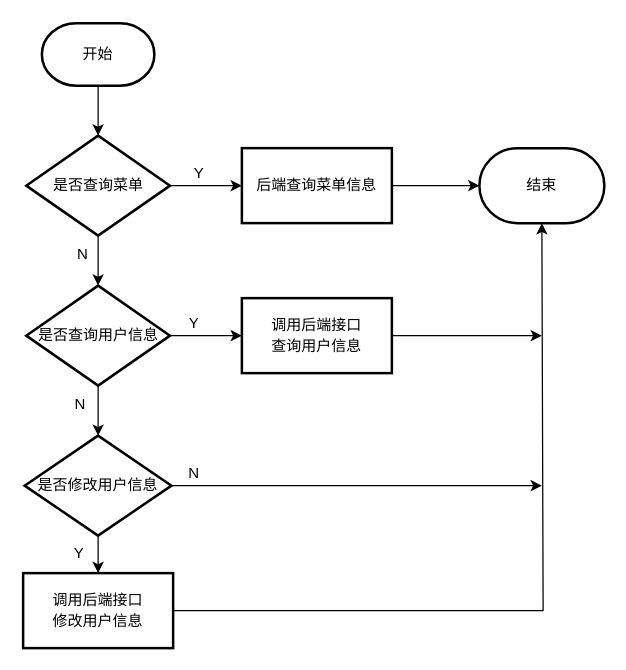
Earlier version of the draw.io diagram 系统管理模块流程图.drawio (zhangruyi3906/img). Source tidied: cells renumbered, new cells numbered last; positions are measured from the earlier drawing's top-left corner, leaving out a move shared by most shapes. Both pictures are drawn from the tidied source at 125%, with x=0, y=0 at pixel (22, 22).
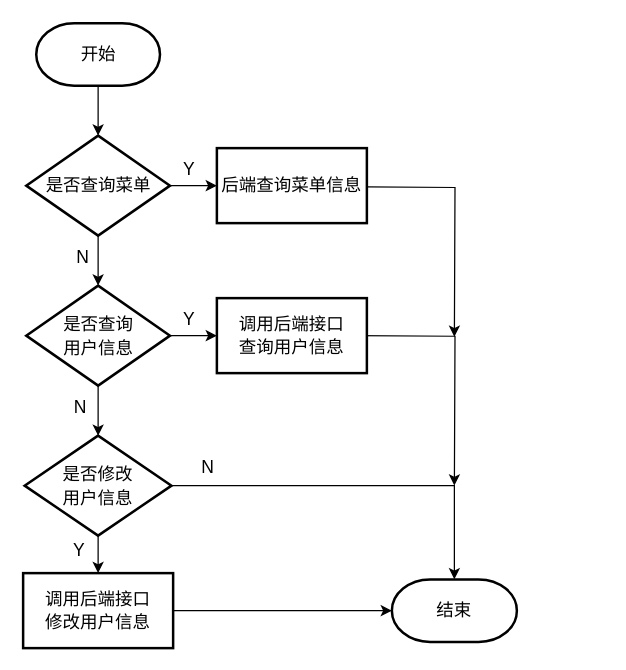
The same page after the edit.

Commit message:
更新系统管理模块流程图.drawio

The edit, as a diff of the source:
```diff
@@
-    <mxCell id="3" value="开始" style="strokeWidth=2;html=1;shape=mxgraph.flowchart.terminator;whiteSpace=wrap;" parent="1" vertex="1">
-      <mxGeometry x="15" width="90" height="50" as="geometry" />
+    <mxCell id="3" value="&lt;font style=&quot;font-size: 14px;&quot;&gt;开始&lt;/font&gt;" style="strokeWidth=2;html=1;shape=mxgraph.flowchart.terminator;whiteSpace=wrap;" parent="1" vertex="1">
+      <mxGeometry x="10.5" width="99" height="50" as="geometry" />
     </mxCell>
@@
-    <mxCell id="6" value="&lt;p class=&quot;MsoNormal&quot;&gt;&lt;font style=&quot;&quot;&gt;是否查询菜单&lt;/font&gt;&lt;/p&gt;" style="rhombus;whiteSpace=wrap;html=1;strokeWidth=2;" parent="1" vertex="1">
+    <mxCell id="6" value="&lt;p class=&quot;MsoNormal&quot;&gt;&lt;font style=&quot;font-size: 14px;&quot;&gt;是否查询菜单&lt;/font&gt;&lt;/p&gt;" style="rhombus;whiteSpace=wrap;html=1;strokeWidth=2;" parent="1" vertex="1">
       <mxGeometry x="2.5" y="90" width="115" height="80" as="geometry" />
     </mxCell>
-    <mxCell id="7" style="edgeStyle=orthogonalEdgeStyle;rounded=0;jettySize=auto;html=1;" parent="1" edge="1" source="8">
-      <mxGeometry relative="1" as="geometry">
-        <mxPoint x="365" y="130" as="targetPoint" />
-      </mxGeometry>
-    </mxCell>
+    <mxCell id="26" style="edgeStyle=orthogonalEdgeStyle;rounded=0;orthogonalLoop=1;jettySize=auto;html=1;" parent="1" edge="1">
+      <mxGeometry relative="1" as="geometry">
+        <mxPoint x="275" y="131" as="sourcePoint" />
+        <mxPoint x="345" y="251" as="targetPoint" />
+      </mxGeometry>
+    </mxCell>
-    <mxCell id="8" value="后端查询菜单信息" style="whiteSpace=wrap;html=1;strokeWidth=2;" parent="1" vertex="1">
-      <mxGeometry x="175" y="100" width="120" height="60" as="geometry" />
+    <mxCell id="8" value="&lt;font style=&quot;font-size: 14px;&quot;&gt;后端查询菜单信息&lt;/font&gt;" style="whiteSpace=wrap;html=1;strokeWidth=2;" parent="1" vertex="1">
+      <mxGeometry x="155" y="100" width="120" height="60" as="geometry" />
     </mxCell>
@@
-    <mxCell id="11" value="&lt;p class=&quot;MsoNormal&quot;&gt;&lt;font face=&quot;Helvetica&quot; style=&quot;&quot;&gt;是否查询用户信息&lt;/font&gt;&lt;/p&gt;" style="rhombus;whiteSpace=wrap;html=1;strokeWidth=2;" parent="1" vertex="1">
+    <mxCell id="11" value="&lt;div style=&quot;line-height: 50%;&quot;&gt;&lt;p class=&quot;MsoNormal&quot;&gt;&lt;font face=&quot;Helvetica&quot; style=&quot;font-size: 14px; line-height: 50%;&quot;&gt;是否查询&lt;/font&gt;&lt;/p&gt;&lt;p class=&quot;MsoNormal&quot;&gt;&lt;font face=&quot;Helvetica&quot; style=&quot;font-size: 14px; line-height: 50%;&quot;&gt;用户信息&lt;/font&gt;&lt;/p&gt;&lt;/div&gt;" style="rhombus;whiteSpace=wrap;html=1;strokeWidth=2;" parent="1" vertex="1">
       <mxGeometry x="2.5" y="210" width="115" height="80" as="geometry" />
     </mxCell>
-    <mxCell id="12" value="结束" style="strokeWidth=2;html=1;shape=mxgraph.flowchart.terminator;whiteSpace=wrap;" parent="1" vertex="1">
-      <mxGeometry x="365" y="100" width="100" height="60" as="geometry" />
+    <mxCell id="12" value="&lt;font style=&quot;font-size: 14px;&quot;&gt;结束&lt;/font&gt;" style="strokeWidth=2;html=1;shape=mxgraph.flowchart.terminator;whiteSpace=wrap;" parent="1" vertex="1">
+      <mxGeometry x="295" y="445" width="100" height="50" as="geometry" />
     </mxCell>
@@
-    <mxCell id="14" style="edgeStyle=orthogonalEdgeStyle;rounded=0;jettySize=auto;html=1;" parent="1" edge="1" source="15">
-      <mxGeometry relative="1" as="geometry">
-        <mxPoint x="415" y="370" as="targetPoint" />
-      </mxGeometry>
-    </mxCell>
-    <mxCell id="15" value="&lt;p class=&quot;MsoNormal&quot;&gt;&lt;font face=&quot;Helvetica&quot; style=&quot;&quot;&gt;是否修改用户信息&lt;/font&gt;&lt;/p&gt;" style="rhombus;whiteSpace=wrap;html=1;strokeWidth=2;" parent="1" vertex="1">
+    <mxCell id="15" value="&lt;div style=&quot;line-height: 50%;&quot;&gt;&lt;p class=&quot;MsoNormal&quot;&gt;&lt;font face=&quot;Helvetica&quot; style=&quot;font-size: 14px; line-height: 50%;&quot;&gt;是否修改&lt;/font&gt;&lt;/p&gt;&lt;p class=&quot;MsoNormal&quot;&gt;&lt;font face=&quot;Helvetica&quot; style=&quot;font-size: 14px; line-height: 50%;&quot;&gt;用户信息&lt;/font&gt;&lt;/p&gt;&lt;/div&gt;" style="rhombus;whiteSpace=wrap;html=1;strokeWidth=2;" parent="1" vertex="1">
       <mxGeometry x="1.2" y="330" width="117.5" height="80" as="geometry" />
     </mxCell>
-    <mxCell id="16" style="edgeStyle=orthogonalEdgeStyle;rounded=0;jettySize=auto;html=1;" parent="1" edge="1" source="17">
-      <mxGeometry relative="1" as="geometry">
-        <mxPoint x="415" y="160" as="targetPoint" />
-        <Array as="points">
-          <mxPoint x="416" y="470" />
-        </Array>
-      </mxGeometry>
-    </mxCell>
-    <mxCell id="17" value="&lt;div style=&quot;line-height: 40%;&quot;&gt;&lt;p class=&quot;MsoNormal&quot;&gt;&lt;font face=&quot;Helvetica&quot;&gt;调用后端接口&lt;/font&gt;&lt;/p&gt;&lt;p class=&quot;MsoNormal&quot;&gt;&lt;font face=&quot;Helvetica&quot;&gt;修改用户信息&lt;/font&gt;&lt;/p&gt;&lt;/div&gt;" style="whiteSpace=wrap;html=1;strokeWidth=2;" parent="1" vertex="1">
+    <mxCell id="17" value="&lt;div style=&quot;line-height: 40%;&quot;&gt;&lt;p class=&quot;MsoNormal&quot;&gt;&lt;font style=&quot;font-size: 14px;&quot; face=&quot;Helvetica&quot;&gt;调用后端接口&lt;/font&gt;&lt;/p&gt;&lt;p class=&quot;MsoNormal&quot;&gt;&lt;font style=&quot;font-size: 14px;&quot; face=&quot;Helvetica&quot;&gt;修改用户信息&lt;/font&gt;&lt;/p&gt;&lt;/div&gt;" style="whiteSpace=wrap;html=1;strokeWidth=2;" parent="1" vertex="1">
       <mxGeometry y="440" width="120" height="60" as="geometry" />
     </mxCell>
-    <mxCell id="18" style="edgeStyle=orthogonalEdgeStyle;rounded=0;jettySize=auto;html=1;" parent="1" edge="1" source="19">
-      <mxGeometry relative="1" as="geometry">
-        <mxPoint x="415" y="250" as="targetPoint" />
-      </mxGeometry>
-    </mxCell>
+    <mxCell id="27" style="edgeStyle=orthogonalEdgeStyle;rounded=0;orthogonalLoop=1;jettySize=auto;html=1;" parent="1" edge="1">
+      <mxGeometry relative="1" as="geometry">
+        <mxPoint x="265" y="250" as="sourcePoint" />
+        <mxPoint x="345" y="370" as="targetPoint" />
+      </mxGeometry>
+    </mxCell>
-    <mxCell id="19" value="&lt;div style=&quot;line-height: 40%;&quot;&gt;&lt;p class=&quot;MsoNormal&quot;&gt;&lt;font face=&quot;Helvetica&quot;&gt;调用后端接口&lt;/font&gt;&lt;/p&gt;&lt;p class=&quot;MsoNormal&quot;&gt;查询用户信息&lt;/p&gt;&lt;/div&gt;" style="whiteSpace=wrap;html=1;strokeWidth=2;" parent="1" vertex="1">
-      <mxGeometry x="175" y="220" width="120" height="60" as="geometry" />
+    <mxCell id="19" value="&lt;div style=&quot;line-height: 40%;&quot;&gt;&lt;p class=&quot;MsoNormal&quot;&gt;&lt;font style=&quot;font-size: 14px;&quot; face=&quot;Helvetica&quot;&gt;调用后端接口&lt;/font&gt;&lt;/p&gt;&lt;p class=&quot;MsoNormal&quot;&gt;&lt;font style=&quot;font-size: 14px;&quot;&gt;查询用户信息&lt;/font&gt;&lt;/p&gt;&lt;/div&gt;" style="whiteSpace=wrap;html=1;strokeWidth=2;" parent="1" vertex="1">
+      <mxGeometry x="155" y="220" width="120" height="60" as="geometry" />
     </mxCell>
-    <mxCell id="20" value="N" style="text;html=1;align=center;verticalAlign=middle;whiteSpace=wrap;rounded=0;" parent="1" vertex="1">
-      <mxGeometry x="18" y="170" width="60" height="30" as="geometry" />
+    <mxCell id="20" value="&lt;font style=&quot;font-size: 14px;&quot;&gt;N&lt;/font&gt;" style="text;html=1;align=center;verticalAlign=middle;whiteSpace=wrap;rounded=0;" parent="1" vertex="1">
+      <mxGeometry x="18" y="172" width="60" height="30" as="geometry" />
     </mxCell>
-    <mxCell id="21" value="Y" style="text;html=1;align=center;verticalAlign=middle;whiteSpace=wrap;rounded=0;" parent="1" vertex="1">
-      <mxGeometry x="111" y="105" width="60" height="30" as="geometry" />
+    <mxCell id="21" value="&lt;font style=&quot;font-size: 14px;&quot;&gt;Y&lt;/font&gt;" style="text;html=1;align=center;verticalAlign=middle;whiteSpace=wrap;rounded=0;" parent="1" vertex="1">
+      <mxGeometry x="103" y="102" width="60" height="30" as="geometry" />
     </mxCell>
-    <mxCell id="22" value="N" style="text;html=1;align=center;verticalAlign=middle;whiteSpace=wrap;rounded=0;" parent="1" vertex="1">
-      <mxGeometry x="16" y="290" width="60" height="30" as="geometry" />
+    <mxCell id="22" value="&lt;font style=&quot;font-size: 14px;&quot;&gt;N&lt;/font&gt;" style="text;html=1;align=center;verticalAlign=middle;whiteSpace=wrap;rounded=0;" parent="1" vertex="1">
+      <mxGeometry x="16" y="292" width="60" height="30" as="geometry" />
     </mxCell>
-    <mxCell id="23" value="Y" style="text;html=1;align=center;verticalAlign=middle;whiteSpace=wrap;rounded=0;" parent="1" vertex="1">
-      <mxGeometry x="107" y="225" width="60" height="30" as="geometry" />
+    <mxCell id="23" value="&lt;font style=&quot;font-size: 14px;&quot;&gt;Y&lt;/font&gt;" style="text;html=1;align=center;verticalAlign=middle;whiteSpace=wrap;rounded=0;" parent="1" vertex="1">
+      <mxGeometry x="103" y="222" width="60" height="30" as="geometry" />
     </mxCell>
-    <mxCell id="24" value="Y" style="text;html=1;align=center;verticalAlign=middle;whiteSpace=wrap;rounded=0;" parent="1" vertex="1">
-      <mxGeometry x="15" y="409" width="60" height="30" as="geometry" />
+    <mxCell id="24" value="&lt;font style=&quot;font-size: 14px;&quot;&gt;Y&lt;/font&gt;" style="text;html=1;align=center;verticalAlign=middle;whiteSpace=wrap;rounded=0;" parent="1" vertex="1">
+      <mxGeometry x="15" y="407" width="60" height="30" as="geometry" />
     </mxCell>
-    <mxCell id="25" value="N" style="text;html=1;align=center;verticalAlign=middle;whiteSpace=wrap;rounded=0;" parent="1" vertex="1">
-      <mxGeometry x="107" y="345" width="60" height="30" as="geometry" />
+    <mxCell id="25" value="&lt;font style=&quot;font-size: 14px;&quot;&gt;N&lt;/font&gt;" style="text;html=1;align=center;verticalAlign=middle;whiteSpace=wrap;rounded=0;" parent="1" vertex="1">
+      <mxGeometry x="117.8" y="340" width="60" height="30" as="geometry" />
     </mxCell>
+    <mxCell id="28" style="edgeStyle=orthogonalEdgeStyle;rounded=0;jettySize=auto;html=1;entryX=0;entryY=0.5;entryDx=0;entryDy=0;entryPerimeter=0;" parent="1" edge="1" source="17" target="12">
+      <mxGeometry relative="1" as="geometry" />
+    </mxCell>
+    <mxCell id="29" style="edgeStyle=orthogonalEdgeStyle;rounded=0;jettySize=auto;html=1;exitX=1;exitY=0.5;exitDx=0;exitDy=0;entryX=0.5;entryY=0;entryDx=0;entryDy=0;entryPerimeter=0;" parent="1" edge="1" source="15" target="12">
+      <mxGeometry relative="1" as="geometry" />
+    </mxCell>
```
